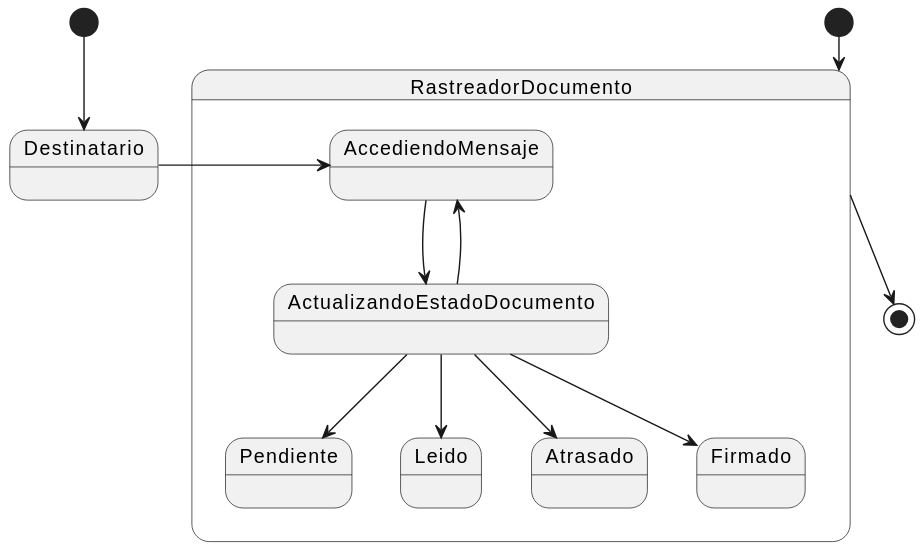
mmasias/24-25-IdSw1-SDR keeps this PlantUML diagram as docs/modeloDeDominio/diagramaDeEstados/TerceraIteracion/Rastreador documento/diagrama_de_estados_rastreador_documento.svg. Above is the earlier version.
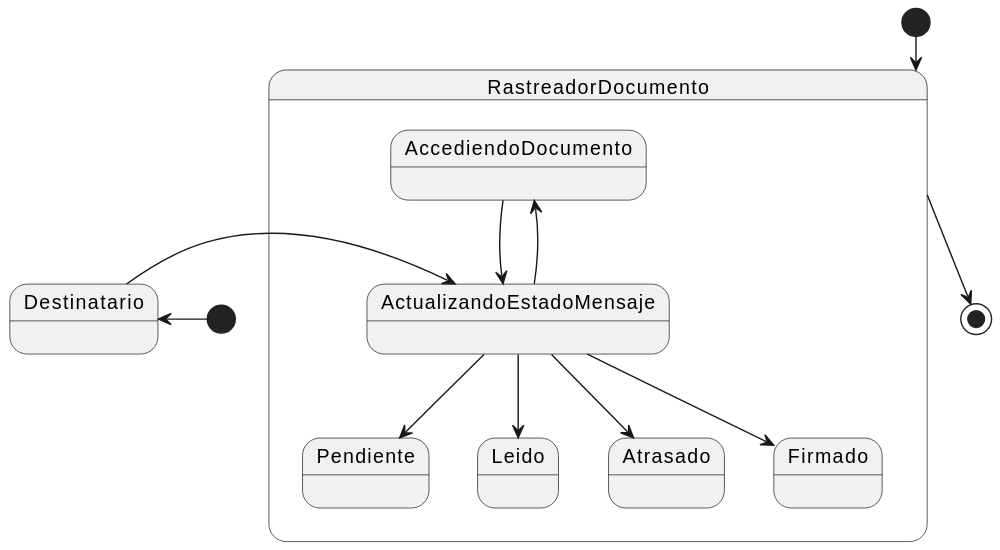
The same diagram one commit later.

Commit message:
Ajustes diagrama estado rastreador documento

What changed in the source:
```diff
@@ -3,20 +3,20 @@
 
 state Destinatario
 state startDestinatario  <<start>>
-startDestinatario --> Destinatario
+startDestinatario -l-> Destinatario
 
 state RastreadorDocumento {
 
-  AccediendoMensaje --> ActualizandoEstadoDocumento
-  ActualizandoEstadoDocumento --> AccediendoMensaje
+  ActualizandoEstadoMensaje --> AccediendoDocumento
+  AccediendoDocumento -r-> ActualizandoEstadoMensaje
 
-  ActualizandoEstadoDocumento --> Pendiente
-  ActualizandoEstadoDocumento --> Leido
-  ActualizandoEstadoDocumento --> Atrasado
-  ActualizandoEstadoDocumento --> Firmado
+  ActualizandoEstadoMensaje --> Pendiente
+  ActualizandoEstadoMensaje --> Leido
+  ActualizandoEstadoMensaje --> Atrasado
+  ActualizandoEstadoMensaje --> Firmado
 }
 
-Destinatario -r-> AccediendoMensaje
+Destinatario -r-> ActualizandoEstadoMensaje
 
 RastreadorDocumento -d-> [*]
 @enduml
```
